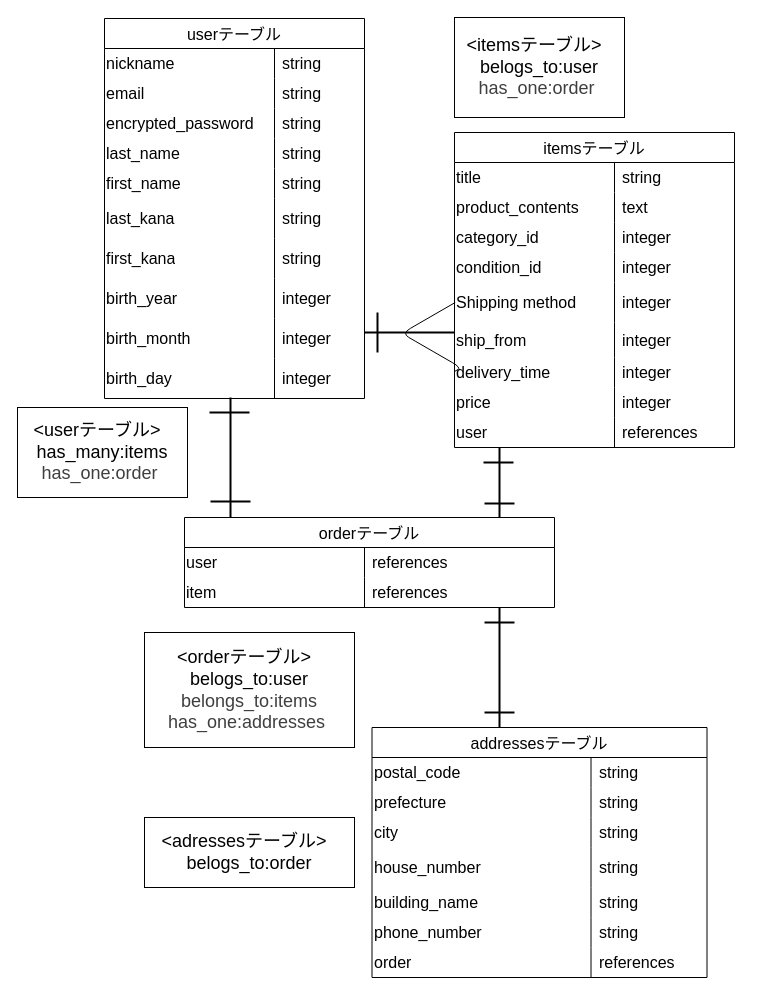
The draw.io diagram er.dio in hanari196/furima-42504, before the edit. Source tidied: cells renumbered, new cells numbered last; positions are measured from the earlier drawing's top-left corner, leaving out a move shared by most shapes. Both pictures are drawn from the tidied source at 100%, with x=0, y=0 at pixel (17, 17).
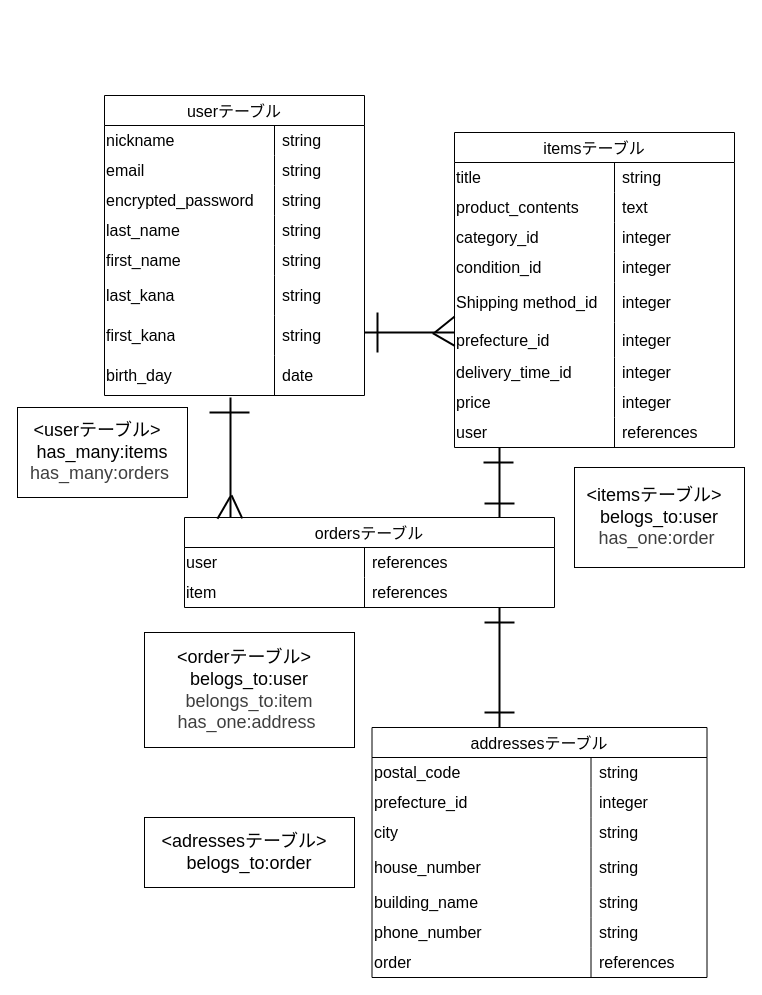
After the change.

Unchanged cells that the change refers to:
```xml
<mxCell id="6" style="shape=tableRow;horizontal=0;startSize=0;swimlaneHead=0;swimlaneBody=0;top=0;left=0;bottom=0;right=0;fillColor=none;strokeColor=inherit;fontSize=16;" parent="2" vertex="1">
  <mxGeometry y="60" width="335" height="30" as="geometry" />
</mxCell>
<mxCell id="37" style="shape=tableRow;horizontal=0;startSize=0;swimlaneHead=0;swimlaneBody=0;top=0;left=0;bottom=0;right=0;fillColor=none;strokeColor=inherit;fontSize=16;" parent="24" vertex="1">
  <mxGeometry y="150" width="280" height="40" as="geometry" />
</mxCell>
<mxCell id="40" style="shape=tableRow;horizontal=0;startSize=0;swimlaneHead=0;swimlaneBody=0;top=0;left=0;bottom=0;right=0;fillColor=none;strokeColor=inherit;fontSize=16;" parent="24" vertex="1">
  <mxGeometry y="190" width="280" height="35" as="geometry" />
</mxCell>
<mxCell id="43" style="shape=tableRow;horizontal=0;startSize=0;swimlaneHead=0;swimlaneBody=0;top=0;left=0;bottom=0;right=0;fillColor=none;strokeColor=inherit;fontSize=16;" parent="24" vertex="1">
  <mxGeometry y="225" width="280" height="30" as="geometry" />
</mxCell>
```

What changed in the source:
```diff
@@
-    <mxCell id="7" value="prefecture&lt;span style=&quot;white-space: pre;&quot;&gt;&#9;&lt;/span&gt;" style="shape=partialRectangle;html=1;whiteSpace=wrap;fillColor=none;top=0;left=0;bottom=0;right=0;overflow=hidden;strokeColor=inherit;fontSize=16;align=left;" parent="6" vertex="1">
+    <mxCell id="7" value="prefecture_id&lt;span style=&quot;white-space: pre;&quot;&gt;&#9;&lt;/span&gt;" style="shape=partialRectangle;html=1;whiteSpace=wrap;fillColor=none;top=0;left=0;bottom=0;right=0;overflow=hidden;strokeColor=inherit;fontSize=16;align=left;" parent="6" vertex="1">
       <mxGeometry width="219" height="30" as="geometry" />
     </mxCell>
-    <mxCell id="8" value="&lt;span style=&quot;color: rgb(0, 0, 0);&quot;&gt;string&lt;/span&gt;" style="shape=partialRectangle;html=1;whiteSpace=wrap;fillColor=none;top=0;left=0;bottom=0;right=0;align=left;spacingLeft=6;overflow=hidden;strokeColor=inherit;fontSize=16;" parent="6" vertex="1">
+    <mxCell id="8" value="&lt;span style=&quot;color: rgb(0, 0, 0);&quot;&gt;integer&lt;/span&gt;" style="shape=partialRectangle;html=1;whiteSpace=wrap;fillColor=none;top=0;left=0;bottom=0;right=0;align=left;spacingLeft=6;overflow=hidden;strokeColor=inherit;fontSize=16;" parent="6" vertex="1">
       <mxGeometry x="219" width="116" height="30" as="geometry" />
     </mxCell>
@@
-    <mxCell id="38" value="&lt;span style=&quot;color: rgb(0, 0, 0); font-family: Arial, &amp;quot;Hiragino Kaku Gothic ProN&amp;quot;, sans-serif; background-color: rgb(255, 255, 255);&quot;&gt;&lt;font&gt;Shipping method&lt;/font&gt;&lt;/span&gt;" style="shape=partialRectangle;html=1;whiteSpace=wrap;fillColor=none;top=0;left=0;bottom=0;right=0;overflow=hidden;strokeColor=inherit;fontSize=16;align=left;" parent="37" vertex="1">
+    <mxCell id="38" value="&lt;span style=&quot;color: rgb(0, 0, 0); font-family: Arial, &amp;quot;Hiragino Kaku Gothic ProN&amp;quot;, sans-serif; background-color: rgb(255, 255, 255);&quot;&gt;&lt;font&gt;Shipping method_id&lt;/font&gt;&lt;/span&gt;" style="shape=partialRectangle;html=1;whiteSpace=wrap;fillColor=none;top=0;left=0;bottom=0;right=0;overflow=hidden;strokeColor=inherit;fontSize=16;align=left;" parent="37" vertex="1">
       <mxGeometry width="160" height="40" as="geometry" />
     </mxCell>
@@
-    <mxCell id="41" value="ship_from" style="shape=partialRectangle;html=1;whiteSpace=wrap;fillColor=none;top=0;left=0;bottom=0;right=0;overflow=hidden;strokeColor=inherit;fontSize=16;align=left;" parent="40" vertex="1">
+    <mxCell id="41" value="prefecture_id" style="shape=partialRectangle;html=1;whiteSpace=wrap;fillColor=none;top=0;left=0;bottom=0;right=0;overflow=hidden;strokeColor=inherit;fontSize=16;align=left;" parent="40" vertex="1">
       <mxGeometry width="160" height="35" as="geometry" />
     </mxCell>
@@
-    <mxCell id="44" value="delivery_time" style="shape=partialRectangle;html=1;whiteSpace=wrap;fillColor=none;top=0;left=0;bottom=0;right=0;overflow=hidden;strokeColor=inherit;fontSize=16;align=left;" parent="43" vertex="1">
+    <mxCell id="44" value="delivery_time_id" style="shape=partialRectangle;html=1;whiteSpace=wrap;fillColor=none;top=0;left=0;bottom=0;right=0;overflow=hidden;strokeColor=inherit;fontSize=16;align=left;" parent="43" vertex="1">
       <mxGeometry width="160" height="30" as="geometry" />
     </mxCell>
@@
-    <mxCell id="52" value="orderテーブル" style="shape=table;startSize=30;childLayout=tableLayout;rowLines=0;fontStyle=0;strokeColor=default;fontSize=16;align=center;" parent="1" vertex="1">
+    <mxCell id="52" value="ordersテーブル" style="shape=table;startSize=30;childLayout=tableLayout;rowLines=0;fontStyle=0;strokeColor=default;fontSize=16;align=center;" parent="1" vertex="1">
       <mxGeometry x="167" y="500" width="370" height="90" as="geometry" />
     </mxCell>
@@
     <mxCell id="59" value="userテーブル" style="shape=table;startSize=30;childLayout=tableLayout;rowLines=0;fontStyle=0;strokeColor=default;fontSize=16;align=center;" parent="1" vertex="1">
-      <mxGeometry x="87" y="1" width="260" height="380" as="geometry" />
+      <mxGeometry x="87" y="78" width="260" height="300" as="geometry" />
     </mxCell>
@@
-    <mxCell id="81" style="shape=tableRow;horizontal=0;startSize=0;swimlaneHead=0;swimlaneBody=0;top=0;left=0;bottom=0;right=0;fillColor=none;strokeColor=inherit;fontSize=16;" parent="59" vertex="1">
-      <mxGeometry y="260" width="260" height="40" as="geometry" />
-    </mxCell>
-    <mxCell id="82" value="birth_year" style="shape=partialRectangle;html=1;whiteSpace=wrap;fillColor=none;top=0;left=0;bottom=0;right=0;overflow=hidden;strokeColor=inherit;fontSize=16;align=left;" parent="81" vertex="1">
-      <mxGeometry width="170" height="40" as="geometry" />
-    </mxCell>
-    <mxCell id="83" value="integer" style="shape=partialRectangle;html=1;whiteSpace=wrap;fillColor=none;top=0;left=0;bottom=0;right=0;align=left;spacingLeft=6;overflow=hidden;strokeColor=inherit;fontSize=16;" parent="81" vertex="1">
-      <mxGeometry x="170" width="90" height="40" as="geometry" />
-    </mxCell>
-    <mxCell id="84" style="shape=tableRow;horizontal=0;startSize=0;swimlaneHead=0;swimlaneBody=0;top=0;left=0;bottom=0;right=0;fillColor=none;strokeColor=inherit;fontSize=16;" parent="59" vertex="1">
-      <mxGeometry y="300" width="260" height="40" as="geometry" />
-    </mxCell>
-    <mxCell id="85" value="&lt;span style=&quot;color: rgb(0, 0, 0);&quot;&gt;birth_month&lt;/span&gt;" style="shape=partialRectangle;html=1;whiteSpace=wrap;fillColor=none;top=0;left=0;bottom=0;right=0;overflow=hidden;strokeColor=inherit;fontSize=16;align=left;" parent="84" vertex="1">
-      <mxGeometry width="170" height="40" as="geometry" />
-    </mxCell>
-    <mxCell id="86" value="&lt;span style=&quot;color: rgb(0, 0, 0);&quot;&gt;integer&lt;/span&gt;" style="shape=partialRectangle;html=1;whiteSpace=wrap;fillColor=none;top=0;left=0;bottom=0;right=0;align=left;spacingLeft=6;overflow=hidden;strokeColor=inherit;fontSize=16;" parent="84" vertex="1">
-      <mxGeometry x="170" width="90" height="40" as="geometry" />
-    </mxCell>
     <mxCell id="87" style="shape=tableRow;horizontal=0;startSize=0;swimlaneHead=0;swimlaneBody=0;top=0;left=0;bottom=0;right=0;fillColor=none;strokeColor=inherit;fontSize=16;" parent="59" vertex="1">
-      <mxGeometry y="340" width="260" height="40" as="geometry" />
+      <mxGeometry y="260" width="260" height="40" as="geometry" />
     </mxCell>
@@
-    <mxCell id="89" value="&lt;span style=&quot;color: rgb(0, 0, 0);&quot;&gt;integer&lt;/span&gt;" style="shape=partialRectangle;html=1;whiteSpace=wrap;fillColor=none;top=0;left=0;bottom=0;right=0;align=left;spacingLeft=6;overflow=hidden;strokeColor=inherit;fontSize=16;" parent="87" vertex="1">
+    <mxCell id="89" value="&lt;span style=&quot;color: rgb(0, 0, 0);&quot;&gt;date&lt;/span&gt;" style="shape=partialRectangle;html=1;whiteSpace=wrap;fillColor=none;top=0;left=0;bottom=0;right=0;align=left;spacingLeft=6;overflow=hidden;strokeColor=inherit;fontSize=16;" parent="87" vertex="1">
       <mxGeometry x="170" width="90" height="40" as="geometry" />
     </mxCell>
@@
-    <mxCell id="98" style="line;strokeWidth=2;html=1;" parent="1" vertex="1">
-      <mxGeometry x="193" y="479" width="40" height="10" as="geometry" />
+    <mxCell id="98" style="line;strokeWidth=2;html=1;rotation=-60;" parent="1" vertex="1">
+      <mxGeometry x="193.6" y="485.3" width="25.5" height="10" as="geometry" />
     </mxCell>
@@
-    <mxCell id="101" style="edgeStyle=isometricEdgeStyle;endArrow=none;html=1;exitX=0;exitY=0.5;exitDx=0;exitDy=0;" parent="1" edge="1">
-      <mxGeometry relative="1" as="geometry">
-        <mxPoint x="437" y="354" as="sourcePoint" />
-        <mxPoint x="437.7" y="285" as="targetPoint" />
-        <Array as="points">
-          <mxPoint x="407" y="329" />
-        </Array>
-      </mxGeometry>
-    </mxCell>
-    <mxCell id="102" value="&lt;font style=&quot;font-size: 18px;&quot;&gt;&amp;lt;userテーブル&amp;gt;&lt;/font&gt;&lt;span style=&quot;color: rgb(63, 63, 63); font-size: 18px; background-color: transparent;&quot;&gt;&amp;nbsp;&amp;nbsp;&lt;/span&gt;&lt;div&gt;&lt;div&gt;&lt;span style=&quot;font-size: 18px;&quot;&gt;has_many:items&lt;/span&gt;&lt;/div&gt;&lt;/div&gt;&lt;div&gt;&lt;span style=&quot;color: rgb(63, 63, 63); font-size: 18px;&quot;&gt;has_one:order&amp;nbsp;&lt;/span&gt;&lt;span style=&quot;font-size: 18px;&quot;&gt;&lt;/span&gt;&lt;/div&gt;" style="rounded=0;whiteSpace=wrap;html=1;" parent="1" vertex="1">
+    <mxCell id="102" value="&lt;font style=&quot;font-size: 18px;&quot;&gt;&amp;lt;userテーブル&amp;gt;&lt;/font&gt;&lt;span style=&quot;color: rgb(63, 63, 63); font-size: 18px; background-color: transparent;&quot;&gt;&amp;nbsp;&amp;nbsp;&lt;/span&gt;&lt;div&gt;&lt;div&gt;&lt;span style=&quot;font-size: 18px;&quot;&gt;has_many:items&lt;/span&gt;&lt;/div&gt;&lt;/div&gt;&lt;div&gt;&lt;span style=&quot;color: rgb(63, 63, 63); font-size: 18px;&quot;&gt;has_many:orders&amp;nbsp;&lt;/span&gt;&lt;span style=&quot;font-size: 18px;&quot;&gt;&lt;/span&gt;&lt;/div&gt;" style="rounded=0;whiteSpace=wrap;html=1;" parent="1" vertex="1">
       <mxGeometry y="390" width="170" height="90" as="geometry" />
     </mxCell>
     <mxCell id="103" value="&lt;font style=&quot;font-size: 18px;&quot;&gt;&amp;lt;itemsテーブル&amp;gt;&lt;/font&gt;&lt;span style=&quot;color: rgb(63, 63, 63); font-size: 18px; background-color: transparent;&quot;&gt;&amp;nbsp;&amp;nbsp;&lt;/span&gt;&lt;div&gt;&lt;div&gt;&lt;span style=&quot;font-size: 18px;&quot;&gt;belogs_to:user&lt;/span&gt;&lt;/div&gt;&lt;/div&gt;&lt;div&gt;&lt;span style=&quot;color: rgb(63, 63, 63); font-size: 18px;&quot;&gt;has_one:order&amp;nbsp;&lt;/span&gt;&lt;/div&gt;" style="rounded=0;whiteSpace=wrap;html=1;" parent="1" vertex="1">
-      <mxGeometry x="437" width="170" height="100" as="geometry" />
+      <mxGeometry x="557" y="450" width="170" height="100" as="geometry" />
     </mxCell>
@@
-    <mxCell id="105" value="&lt;font style=&quot;font-size: 18px;&quot;&gt;&amp;lt;orderテーブル&amp;gt;&lt;/font&gt;&lt;span style=&quot;color: rgb(63, 63, 63); font-size: 18px; background-color: transparent;&quot;&gt;&amp;nbsp;&amp;nbsp;&lt;/span&gt;&lt;div&gt;&lt;div&gt;&lt;span style=&quot;font-size: 18px;&quot;&gt;belogs_to:user&lt;/span&gt;&lt;/div&gt;&lt;/div&gt;&lt;div&gt;&lt;span style=&quot;color: rgb(63, 63, 63); font-size: 18px;&quot;&gt;belongs_to:items&lt;/span&gt;&lt;/div&gt;&lt;div&gt;&lt;span style=&quot;color: rgb(63, 63, 63); font-size: 18px;&quot;&gt;has_one:addresses&amp;nbsp;&lt;/span&gt;&lt;/div&gt;" style="rounded=0;whiteSpace=wrap;html=1;" parent="1" vertex="1">
+    <mxCell id="105" value="&lt;font style=&quot;font-size: 18px;&quot;&gt;&amp;lt;orderテーブル&amp;gt;&lt;/font&gt;&lt;span style=&quot;color: rgb(63, 63, 63); font-size: 18px; background-color: transparent;&quot;&gt;&amp;nbsp;&amp;nbsp;&lt;/span&gt;&lt;div&gt;&lt;div&gt;&lt;span style=&quot;font-size: 18px;&quot;&gt;belogs_to:user&lt;/span&gt;&lt;/div&gt;&lt;/div&gt;&lt;div&gt;&lt;span style=&quot;color: rgb(63, 63, 63); font-size: 18px;&quot;&gt;belongs_to:item&lt;/span&gt;&lt;/div&gt;&lt;div&gt;&lt;span style=&quot;color: rgb(63, 63, 63); font-size: 18px;&quot;&gt;has_one:address&amp;nbsp;&lt;/span&gt;&lt;/div&gt;" style="rounded=0;whiteSpace=wrap;html=1;" parent="1" vertex="1">
       <mxGeometry x="127" y="615" width="210" height="115" as="geometry" />
     </mxCell>
+    <mxCell id="106" style="line;strokeWidth=2;html=1;rotation=65;" parent="1" vertex="1">
+      <mxGeometry x="206.6" y="484.3" width="25.5" height="10" as="geometry" />
+    </mxCell>
+    <mxCell id="107" style="line;strokeWidth=2;html=1;rotation=30;" parent="1" vertex="1">
+      <mxGeometry x="413.5" y="317" width="25.5" height="10" as="geometry" />
+    </mxCell>
+    <mxCell id="108" style="line;strokeWidth=2;html=1;rotation=-39;" parent="1" vertex="1">
+      <mxGeometry x="414.5" y="302" width="25.5" height="10" as="geometry" />
+    </mxCell>
```
